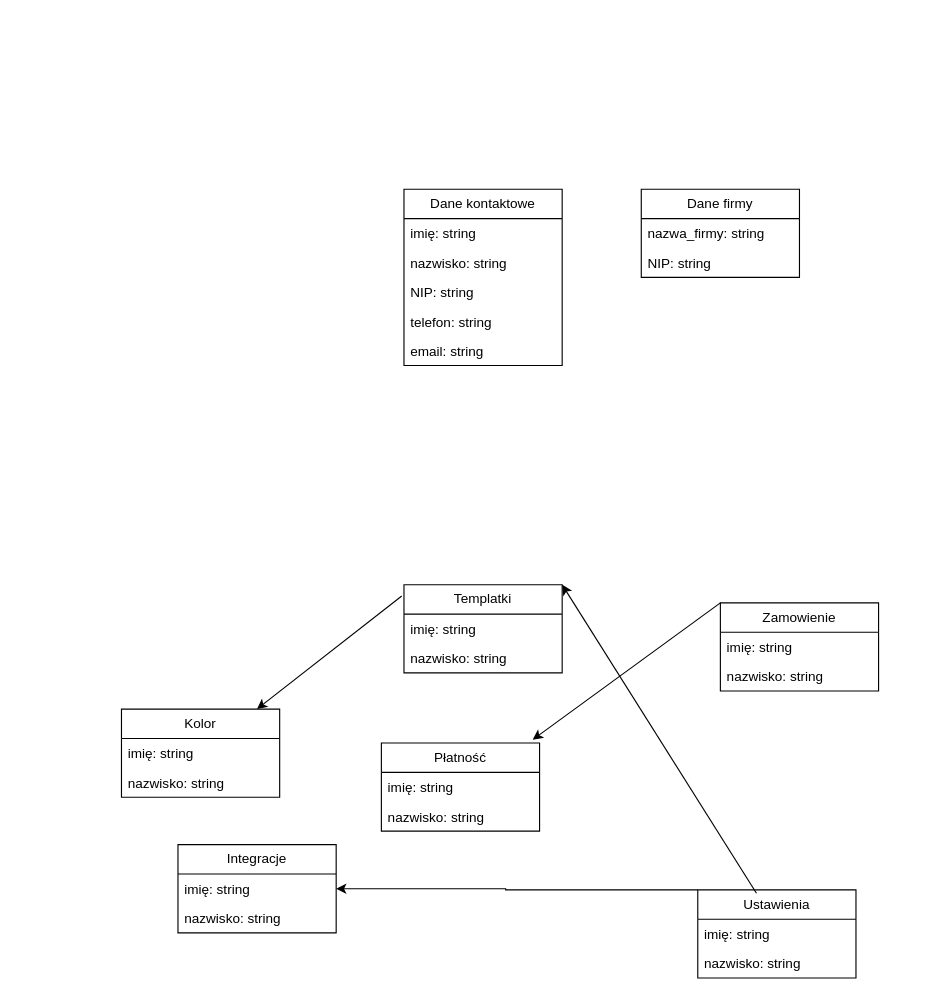
JakubSyperek/django1 keeps this draw.io diagram as Diagram bez tytułu.drawio. Above is the earlier version. Source tidied: cells renumbered, new cells numbered last; positions are measured from the earlier drawing's top-left corner, leaving out a move shared by most shapes. Both pictures are drawn from the tidied source at 113%, with x=0, y=0 at pixel (121, 189).
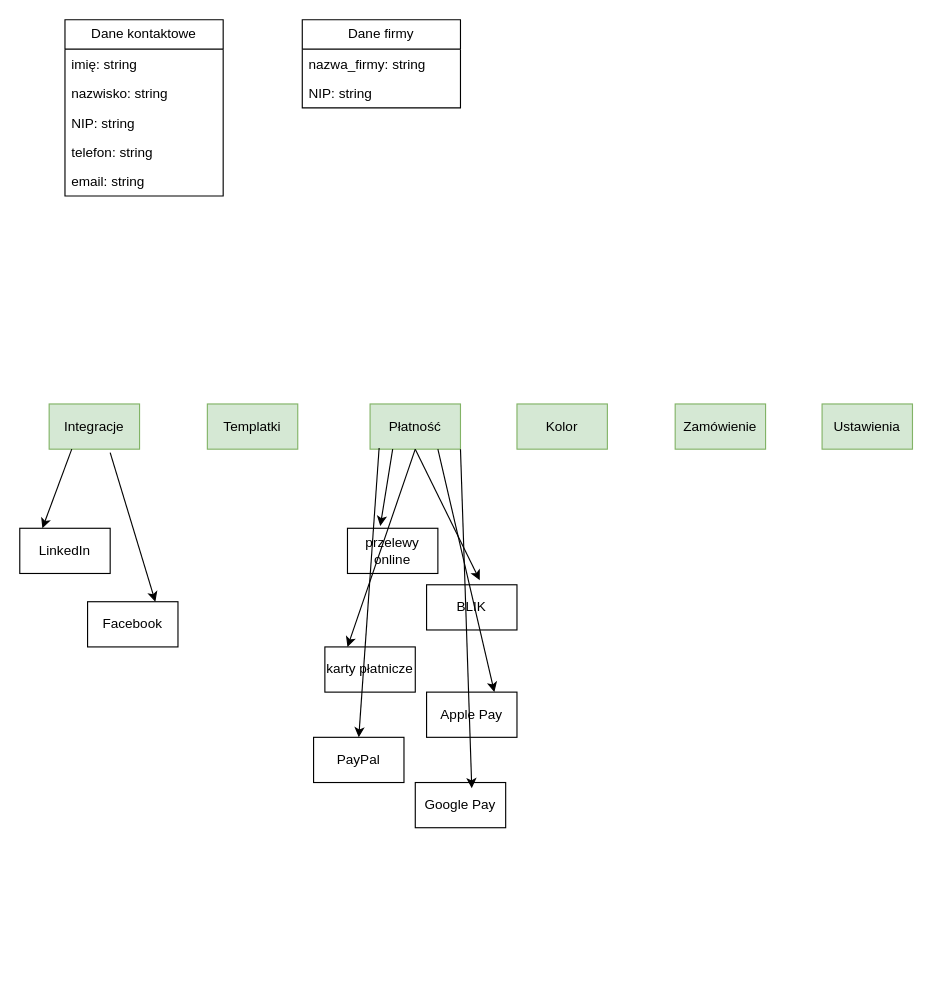
After the change.

Change to the diagram source:
```diff
@@
     <mxCell id="2" value="Dane kontaktowe" style="swimlane;fontStyle=0;horizontal=1;startSize=26;fillColor=none;whiteSpace=wrap;html=1;" parent="1" vertex="1">
-      <mxGeometry x="250" width="140" height="156" as="geometry" />
+      <mxGeometry x="-50" y="-150" width="140" height="156" as="geometry" />
     </mxCell>
@@
     <mxCell id="8" value="Dane firmy" style="swimlane;fontStyle=0;horizontal=1;startSize=26;fillColor=none;whiteSpace=wrap;html=1;" parent="1" vertex="1">
-      <mxGeometry x="460" width="140" height="78" as="geometry" />
+      <mxGeometry x="160" y="-150" width="140" height="78" as="geometry" />
     </mxCell>
@@
-    <mxCell id="11" value="Integracje" style="swimlane;fontStyle=0;horizontal=1;startSize=26;fillColor=none;whiteSpace=wrap;html=1;" parent="1" vertex="1">
-      <mxGeometry x="50" y="580" width="140" height="78" as="geometry" />
+    <mxCell id="11" value="&lt;div&gt;Integracje&lt;/div&gt;" style="rounded=0;whiteSpace=wrap;html=1;fillColor=#d5e8d4;strokeColor=#82b366;" parent="1" vertex="1">
+      <mxGeometry x="-64" y="190" width="80" height="40" as="geometry" />
     </mxCell>
-    <mxCell id="12" value="&lt;div&gt;imię: string&lt;/div&gt;" style="text;strokeColor=none;fillColor=none;align=left;verticalAlign=top;spacingLeft=4;spacingRight=4;overflow=hidden;points=[[0,0.5],[1,0.5]];portConstraint=eastwest;whiteSpace=wrap;html=1;" parent="11" vertex="1">
-      <mxGeometry y="26" width="140" height="26" as="geometry" />
-    </mxCell>
-    <mxCell id="13" value="nazwisko: string" style="text;strokeColor=none;fillColor=none;align=left;verticalAlign=top;spacingLeft=4;spacingRight=4;overflow=hidden;whiteSpace=wrap;html=1;" parent="11" vertex="1">
-      <mxGeometry y="52" width="140" height="26" as="geometry" />
-    </mxCell>
-    <mxCell id="14" value="&lt;div&gt;Templatki&lt;/div&gt;" style="swimlane;fontStyle=0;horizontal=1;startSize=26;fillColor=none;whiteSpace=wrap;html=1;" parent="1" vertex="1">
-      <mxGeometry x="250" y="350" width="140" height="78" as="geometry" />
+    <mxCell id="14" value="Templatki" style="rounded=0;whiteSpace=wrap;html=1;fillColor=#d5e8d4;strokeColor=#82b366;" parent="1" vertex="1">
+      <mxGeometry x="76" y="190" width="80" height="40" as="geometry" />
     </mxCell>
-    <mxCell id="15" value="&lt;div&gt;imię: string&lt;/div&gt;" style="text;strokeColor=none;fillColor=none;align=left;verticalAlign=top;spacingLeft=4;spacingRight=4;overflow=hidden;whiteSpace=wrap;html=1;" parent="14" vertex="1">
-      <mxGeometry y="26" width="140" height="26" as="geometry" />
-    </mxCell>
-    <mxCell id="16" value="nazwisko: string" style="text;strokeColor=none;fillColor=none;align=left;verticalAlign=top;spacingLeft=4;spacingRight=4;overflow=hidden;whiteSpace=wrap;html=1;" parent="14" vertex="1">
-      <mxGeometry y="52" width="140" height="26" as="geometry" />
-    </mxCell>
-    <mxCell id="17" value="Zamowienie" style="swimlane;fontStyle=0;horizontal=1;startSize=26;fillColor=none;whiteSpace=wrap;html=1;" parent="1" vertex="1">
-      <mxGeometry x="530" y="366" width="140" height="78" as="geometry" />
-    </mxCell>
-    <mxCell id="18" value="&lt;div&gt;imię: string&lt;/div&gt;" style="text;strokeColor=none;fillColor=none;align=left;verticalAlign=top;spacingLeft=4;spacingRight=4;overflow=hidden;whiteSpace=wrap;html=1;" parent="17" vertex="1">
-      <mxGeometry y="26" width="140" height="26" as="geometry" />
-    </mxCell>
-    <mxCell id="19" value="nazwisko: string" style="text;strokeColor=none;fillColor=none;align=left;verticalAlign=top;spacingLeft=4;spacingRight=4;overflow=hidden;whiteSpace=wrap;html=1;" parent="17" vertex="1">
-      <mxGeometry y="52" width="140" height="26" as="geometry" />
-    </mxCell>
+    <mxCell id="33" value="&lt;div&gt;Zamówienie&lt;/div&gt;" style="rounded=0;whiteSpace=wrap;html=1;fillColor=#d5e8d4;strokeColor=#82b366;" parent="1" vertex="1">
+      <mxGeometry x="490" y="190" width="80" height="40" as="geometry" />
+    </mxCell>
-    <mxCell id="20" value="&lt;div&gt;Kolor&lt;/div&gt;" style="swimlane;fontStyle=0;horizontal=1;startSize=26;fillColor=none;whiteSpace=wrap;html=1;" parent="1" vertex="1">
-      <mxGeometry y="460" width="140" height="78" as="geometry" />
+    <mxCell id="20" value="Kolor" style="rounded=0;whiteSpace=wrap;html=1;fillColor=#d5e8d4;strokeColor=#82b366;" parent="1" vertex="1">
+      <mxGeometry x="350" y="190" width="80" height="40" as="geometry" />
     </mxCell>
-    <mxCell id="21" value="&lt;div&gt;imię: string&lt;/div&gt;" style="text;strokeColor=none;fillColor=none;align=left;verticalAlign=top;spacingLeft=4;spacingRight=4;overflow=hidden;whiteSpace=wrap;html=1;" parent="20" vertex="1">
-      <mxGeometry y="26" width="140" height="26" as="geometry" />
-    </mxCell>
-    <mxCell id="22" value="nazwisko: string" style="text;strokeColor=none;fillColor=none;align=left;verticalAlign=top;spacingLeft=4;spacingRight=4;overflow=hidden;whiteSpace=wrap;html=1;" parent="20" vertex="1">
-      <mxGeometry y="52" width="140" height="26" as="geometry" />
-    </mxCell>
-    <mxCell id="23" value="Płatność" style="swimlane;fontStyle=0;horizontal=1;startSize=26;fillColor=none;whiteSpace=wrap;html=1;" parent="1" vertex="1">
-      <mxGeometry x="230" y="490" width="140" height="78" as="geometry" />
+    <mxCell id="23" value="Płatność" style="rounded=0;whiteSpace=wrap;html=1;fillColor=#d5e8d4;strokeColor=#82b366;" parent="1" vertex="1">
+      <mxGeometry x="220" y="190" width="80" height="40" as="geometry" />
     </mxCell>
-    <mxCell id="24" value="&lt;div&gt;imię: string&lt;/div&gt;" style="text;strokeColor=none;fillColor=none;align=left;verticalAlign=top;spacingLeft=4;spacingRight=4;overflow=hidden;whiteSpace=wrap;html=1;" parent="23" vertex="1">
-      <mxGeometry y="26" width="140" height="26" as="geometry" />
-    </mxCell>
-    <mxCell id="25" value="nazwisko: string" style="text;strokeColor=none;fillColor=none;align=left;verticalAlign=top;spacingLeft=4;spacingRight=4;overflow=hidden;whiteSpace=wrap;html=1;" parent="23" vertex="1">
-      <mxGeometry y="52" width="140" height="26" as="geometry" />
-    </mxCell>
-    <mxCell id="26" style="edgeStyle=orthogonalEdgeStyle;rounded=0;jettySize=auto;html=1;exitX=0;exitY=0;exitDx=0;exitDy=0;entryX=1;entryY=0.5;entryDx=0;entryDy=0;" parent="1" edge="1" source="27" target="12">
-      <mxGeometry relative="1" as="geometry">
-        <Array as="points">
-          <mxPoint x="490" y="620" />
-          <mxPoint x="340" y="620" />
-          <mxPoint x="340" y="619" />
-        </Array>
-      </mxGeometry>
-    </mxCell>
-    <mxCell id="27" value="Ustawienia" style="swimlane;fontStyle=0;horizontal=1;startSize=26;fillColor=none;whiteSpace=wrap;html=1;" parent="1" vertex="1">
-      <mxGeometry x="510" y="620" width="140" height="78" as="geometry" />
+    <mxCell id="27" value="Ustawienia" style="rounded=0;whiteSpace=wrap;html=1;fillColor=#d5e8d4;strokeColor=#82b366;" parent="1" vertex="1">
+      <mxGeometry x="620" y="190" width="80" height="40" as="geometry" />
     </mxCell>
-    <mxCell id="28" value="&lt;div&gt;imię: string&lt;/div&gt;" style="text;strokeColor=none;fillColor=none;align=left;verticalAlign=top;spacingLeft=4;spacingRight=4;overflow=hidden;whiteSpace=wrap;html=1;" parent="27" vertex="1">
-      <mxGeometry y="26" width="140" height="26" as="geometry" />
-    </mxCell>
-    <mxCell id="29" value="nazwisko: string" style="text;strokeColor=none;fillColor=none;align=left;verticalAlign=top;spacingLeft=4;spacingRight=4;overflow=hidden;whiteSpace=wrap;html=1;" parent="27" vertex="1">
-      <mxGeometry y="52" width="140" height="26" as="geometry" />
-    </mxCell>
-    <mxCell id="30" style="endArrow=classic;html=1;rounded=0;exitX=-0.014;exitY=0.128;exitDx=0;exitDy=0;exitPerimeter=0;" parent="1" edge="1" source="14" target="20">
-      <mxGeometry relative="1" as="geometry" />
-    </mxCell>
-    <mxCell id="31" style="endArrow=classic;html=1;rounded=0;exitX=0;exitY=0;exitDx=0;exitDy=0;entryX=0.957;entryY=-0.038;entryDx=0;entryDy=0;entryPerimeter=0;" parent="1" edge="1" source="17" target="23">
-      <mxGeometry relative="1" as="geometry" />
-    </mxCell>
-    <mxCell id="32" style="endArrow=classic;html=1;rounded=0;entryX=1;entryY=0;entryDx=0;entryDy=0;exitX=0.371;exitY=0.038;exitDx=0;exitDy=0;exitPerimeter=0;" parent="1" edge="1" source="27" target="14">
-      <mxGeometry relative="1" as="geometry" />
-    </mxCell>
+    <mxCell id="34" value="&lt;div&gt;LinkedIn&lt;/div&gt;" style="rounded=0;whiteSpace=wrap;html=1;" parent="1" vertex="1">
+      <mxGeometry x="-90" y="300" width="80" height="40" as="geometry" />
+    </mxCell>
+    <mxCell id="35" value="&lt;div&gt;Facebook&lt;/div&gt;" style="rounded=0;whiteSpace=wrap;html=1;" parent="1" vertex="1">
+      <mxGeometry x="-30" y="365" width="80" height="40" as="geometry" />
+    </mxCell>
+    <mxCell id="36" style="endArrow=classic;html=1;rounded=0;exitX=0.25;exitY=1;exitDx=0;exitDy=0;entryX=0.25;entryY=0;entryDx=0;entryDy=0;" parent="1" edge="1" source="11" target="34">
+      <mxGeometry relative="1" as="geometry" />
+    </mxCell>
+    <mxCell id="37" style="endArrow=classic;html=1;rounded=0;exitX=0.675;exitY=1.075;exitDx=0;exitDy=0;exitPerimeter=0;entryX=0.75;entryY=0;entryDx=0;entryDy=0;" parent="1" edge="1" source="11" target="35">
+      <mxGeometry relative="1" as="geometry" />
+    </mxCell>
+    <mxCell id="38" value="przelewy online" style="rounded=0;whiteSpace=wrap;html=1;" parent="1" vertex="1">
+      <mxGeometry x="200" y="300" width="80" height="40" as="geometry" />
+    </mxCell>
+    <mxCell id="39" style="endArrow=classic;html=1;rounded=0;exitX=0.25;exitY=1;exitDx=0;exitDy=0;entryX=0.363;entryY=-0.05;entryDx=0;entryDy=0;entryPerimeter=0;" parent="1" edge="1" source="23" target="38">
+      <mxGeometry relative="1" as="geometry" />
+    </mxCell>
+    <mxCell id="40" value="BLIK" style="rounded=0;whiteSpace=wrap;html=1;" parent="1" vertex="1">
+      <mxGeometry x="270" y="350" width="80" height="40" as="geometry" />
+    </mxCell>
+    <mxCell id="41" value="karty płatnicze" style="rounded=0;whiteSpace=wrap;html=1;" parent="1" vertex="1">
+      <mxGeometry x="180" y="405" width="80" height="40" as="geometry" />
+    </mxCell>
+    <mxCell id="42" value="Apple Pay" style="rounded=0;whiteSpace=wrap;html=1;" parent="1" vertex="1">
+      <mxGeometry x="270" y="445" width="80" height="40" as="geometry" />
+    </mxCell>
+    <mxCell id="43" value="PayPal" style="rounded=0;whiteSpace=wrap;html=1;" parent="1" vertex="1">
+      <mxGeometry x="170" y="485" width="80" height="40" as="geometry" />
+    </mxCell>
+    <mxCell id="44" value="Google Pay" style="rounded=0;whiteSpace=wrap;html=1;" parent="1" vertex="1">
+      <mxGeometry x="260" y="525" width="80" height="40" as="geometry" />
+    </mxCell>
+    <mxCell id="45" style="endArrow=classic;html=1;rounded=0;exitX=0.5;exitY=1;exitDx=0;exitDy=0;entryX=0.588;entryY=-0.1;entryDx=0;entryDy=0;entryPerimeter=0;" parent="1" edge="1" source="23" target="40">
+      <mxGeometry relative="1" as="geometry" />
+    </mxCell>
+    <mxCell id="46" style="endArrow=classic;html=1;rounded=0;exitX=0.5;exitY=1;exitDx=0;exitDy=0;entryX=0.25;entryY=0;entryDx=0;entryDy=0;" parent="1" edge="1" source="23" target="41">
+      <mxGeometry relative="1" as="geometry" />
+    </mxCell>
+    <mxCell id="47" style="endArrow=classic;html=1;rounded=0;exitX=0.75;exitY=1;exitDx=0;exitDy=0;entryX=0.75;entryY=0;entryDx=0;entryDy=0;" parent="1" edge="1" source="23" target="42">
+      <mxGeometry relative="1" as="geometry" />
+    </mxCell>
+    <mxCell id="48" style="endArrow=classic;html=1;rounded=0;exitX=0.1;exitY=0.975;exitDx=0;exitDy=0;exitPerimeter=0;entryX=0.5;entryY=0;entryDx=0;entryDy=0;" parent="1" edge="1" source="23" target="43">
+      <mxGeometry relative="1" as="geometry" />
+    </mxCell>
+    <mxCell id="49" style="endArrow=classic;html=1;rounded=0;exitX=1;exitY=1;exitDx=0;exitDy=0;entryX=0.625;entryY=0.125;entryDx=0;entryDy=0;entryPerimeter=0;" parent="1" edge="1" source="23" target="44">
+      <mxGeometry relative="1" as="geometry" />
+    </mxCell>
```
